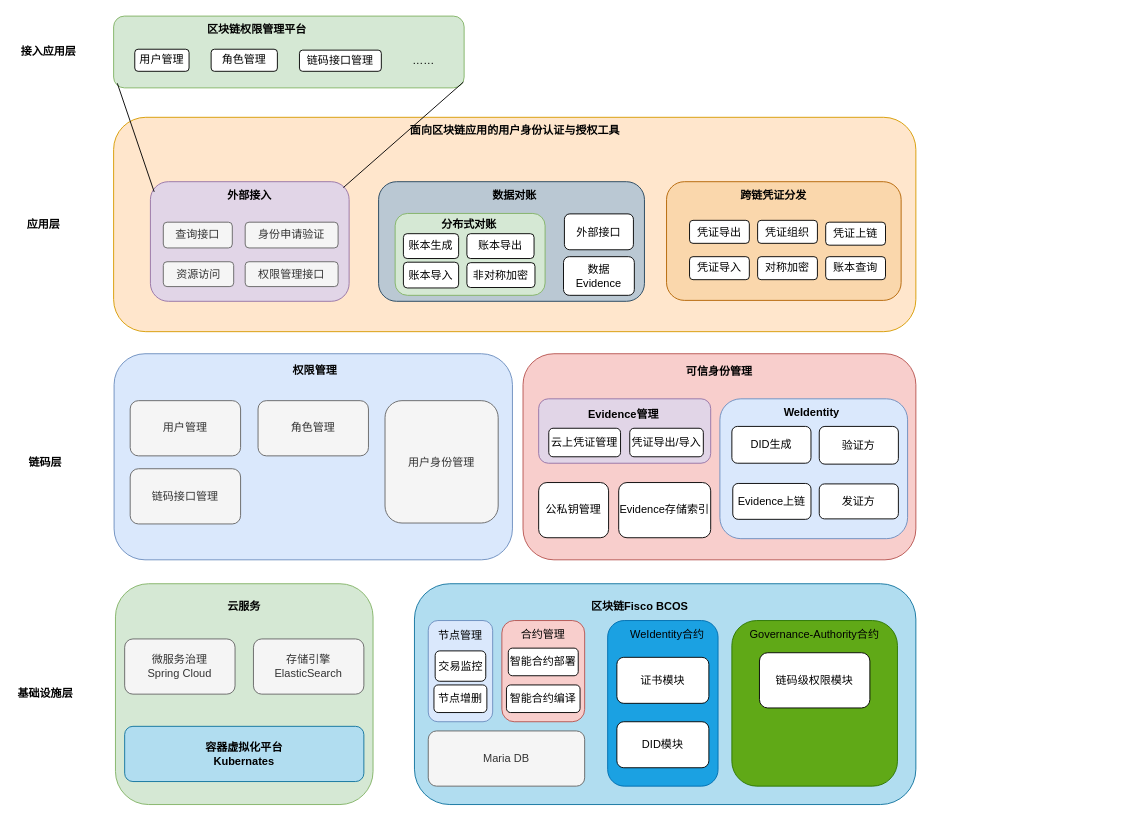
doubleBeans/doubleBeans keeps this draw.io diagram as Untitled Diagram.drawio. Above is the earlier version. Source tidied: cells renumbered, new cells numbered last; positions are measured from the earlier drawing's top-left corner, leaving out a move shared by most shapes. Both pictures are drawn from the tidied source at 92%, with x=0, y=0 at pixel (16, 16).
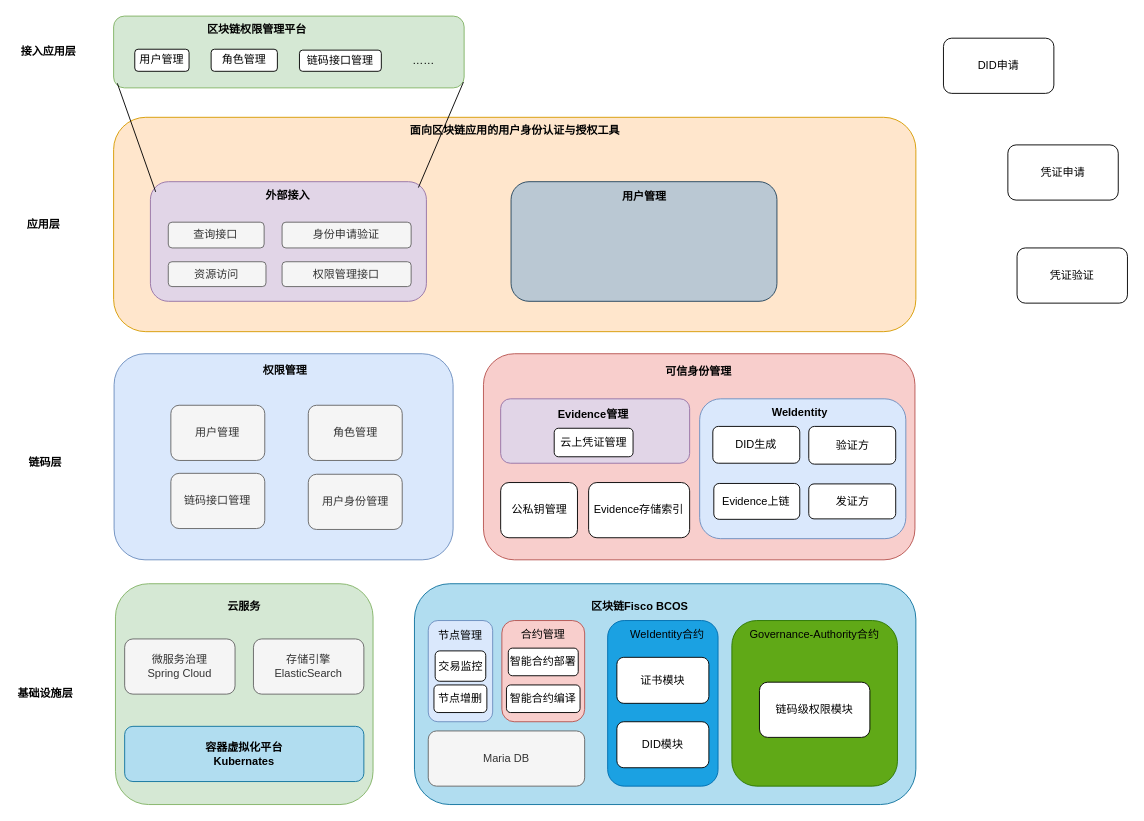
The same page after the edit.

Unchanged cells that the change refers to:
```xml
<mxCell id="8" style="group;" parent="1" vertex="1">
  <mxGeometry x="433" y="617" width="545" height="240" as="geometry" />
</mxCell>
<mxCell id="67" style="group;" parent="1" vertex="1">
  <mxGeometry x="106" y="110" width="872" height="233" as="geometry" />
</mxCell>
```

The edit, as a diff of the source:
```diff
@@
     <mxCell id="29" value="链码级权限模块" style="rounded=1;whiteSpace=wrap;html=1;" parent="8" vertex="1">
-      <mxGeometry x="375" y="75" width="120" height="60" as="geometry" />
+      <mxGeometry x="375" y="107" width="120" height="60" as="geometry" />
     </mxCell>
@@
     <mxCell id="31" style="group;" parent="1" vertex="1">
-      <mxGeometry x="551" y="367" width="427" height="224" as="geometry" />
+      <mxGeometry x="508" y="367" width="469" height="224" as="geometry" />
     </mxCell>
     <mxCell id="32" style="rounded=1;whiteSpace=wrap;html=1;fillColor=#f8cecc;strokeColor=#b85450;" parent="31" vertex="1">
-      <mxGeometry width="427" height="224" as="geometry" />
+      <mxGeometry width="469" height="224" as="geometry" />
     </mxCell>
     <mxCell id="33" value="&lt;b&gt;可信身份管理&lt;/b&gt;" style="text;html=1;strokeColor=none;fillColor=none;align=center;verticalAlign=middle;whiteSpace=wrap;rounded=0;" parent="31" vertex="1">
-      <mxGeometry x="176" y="5" width="75" height="30" as="geometry" />
+      <mxGeometry x="193.3" y="5" width="82.4" height="30" as="geometry" />
     </mxCell>
     <mxCell id="34" style="group;" parent="31" vertex="1">
-      <mxGeometry x="214" y="49" width="204" height="152" as="geometry" />
+      <mxGeometry x="235" y="49" width="224.1" height="152" as="geometry" />
     </mxCell>
     <mxCell id="35" style="rounded=1;whiteSpace=wrap;html=1;fillColor=#dae8fc;strokeColor=#6c8ebf;" parent="34" vertex="1">
-      <mxGeometry width="204" height="152" as="geometry" />
+      <mxGeometry width="224.1" height="152" as="geometry" />
     </mxCell>
     <mxCell id="36" value="&lt;b&gt;WeIdentity&lt;/b&gt;" style="text;html=1;strokeColor=none;fillColor=none;align=center;verticalAlign=middle;whiteSpace=wrap;rounded=0;" parent="34" vertex="1">
-      <mxGeometry x="69.5" width="60" height="30" as="geometry" />
+      <mxGeometry x="76.3" width="65.9" height="30" as="geometry" />
     </mxCell>
     <mxCell id="37" value="DID生成" style="rounded=1;whiteSpace=wrap;html=1;" parent="34" vertex="1">
-      <mxGeometry x="13" y="30" width="86" height="40" as="geometry" />
+      <mxGeometry x="14.3" y="30" width="94.5" height="40" as="geometry" />
     </mxCell>
     <mxCell id="38" value="验证方" style="rounded=1;whiteSpace=wrap;html=1;" parent="34" vertex="1">
-      <mxGeometry x="108" y="30" width="86" height="41" as="geometry" />
+      <mxGeometry x="118.6" y="30" width="94.5" height="41" as="geometry" />
     </mxCell>
     <mxCell id="39" value="发证方" style="rounded=1;whiteSpace=wrap;html=1;" parent="34" vertex="1">
-      <mxGeometry x="108" y="92.5" width="86" height="38" as="geometry" />
+      <mxGeometry x="118.6" y="92.5" width="94.5" height="38" as="geometry" />
     </mxCell>
     <mxCell id="40" value="Evidence上链" style="rounded=1;whiteSpace=wrap;html=1;" parent="34" vertex="1">
-      <mxGeometry x="14" y="92" width="85" height="39" as="geometry" />
+      <mxGeometry x="15.4" y="92" width="93.4" height="39" as="geometry" />
     </mxCell>
     <mxCell id="41" style="group;" parent="31" vertex="1">
-      <mxGeometry x="17" y="49" width="187" height="151" as="geometry" />
+      <mxGeometry x="18.7" y="49" width="205.4" height="151" as="geometry" />
     </mxCell>
     <mxCell id="42" value="Evidence存储索引" style="rounded=1;whiteSpace=wrap;html=1;" parent="41" vertex="1">
-      <mxGeometry x="87" y="91" width="100" height="60" as="geometry" />
+      <mxGeometry x="95.6" y="91" width="109.8" height="60" as="geometry" />
     </mxCell>
     <mxCell id="43" style="group;" parent="41" vertex="1">
-      <mxGeometry width="187" height="70" as="geometry" />
+      <mxGeometry width="205.4" height="70" as="geometry" />
     </mxCell>
     <mxCell id="44" style="rounded=1;whiteSpace=wrap;html=1;fillColor=#e1d5e7;strokeColor=#9673a6;" parent="43" vertex="1">
-      <mxGeometry width="187" height="70" as="geometry" />
+      <mxGeometry width="205.4" height="70" as="geometry" />
     </mxCell>
     <mxCell id="45" value="&lt;b&gt;Evidence管理&lt;/b&gt;" style="text;html=1;strokeColor=none;fillColor=none;align=center;verticalAlign=middle;whiteSpace=wrap;rounded=0;" parent="43" vertex="1">
-      <mxGeometry x="52.5" y="2" width="79" height="30" as="geometry" />
+      <mxGeometry x="57.7" y="2" width="86.8" height="30" as="geometry" />
     </mxCell>
     <mxCell id="46" value="云上凭证管理" style="rounded=1;whiteSpace=wrap;html=1;" parent="43" vertex="1">
-      <mxGeometry x="11" y="32" width="78" height="31" as="geometry" />
+      <mxGeometry x="58.2" y="32" width="85.7" height="31" as="geometry" />
     </mxCell>
-    <mxCell id="47" value="凭证导出/导入" style="rounded=1;whiteSpace=wrap;html=1;" parent="43" vertex="1">
-      <mxGeometry x="99" y="32" width="80" height="31" as="geometry" />
-    </mxCell>
     <mxCell id="48" value="公私钥管理" style="rounded=1;whiteSpace=wrap;html=1;" parent="41" vertex="1">
-      <mxGeometry y="91" width="76" height="60" as="geometry" />
+      <mxGeometry y="91" width="83.5" height="60" as="geometry" />
     </mxCell>
     <mxCell id="49" style="group;" parent="1" vertex="1">
-      <mxGeometry x="106.5" y="367" width="433" height="224" as="geometry" />
+      <mxGeometry x="106.5" y="367" width="368.5" height="224" as="geometry" />
     </mxCell>
     <mxCell id="50" style="rounded=1;whiteSpace=wrap;html=1;fillColor=#dae8fc;strokeColor=#6c8ebf;" parent="49" vertex="1">
-      <mxGeometry width="433" height="224" as="geometry" />
+      <mxGeometry width="368.5" height="224" as="geometry" />
     </mxCell>
     <mxCell id="51" value="&lt;b&gt;权限管理&lt;/b&gt;" style="text;html=1;strokeColor=none;fillColor=none;align=center;verticalAlign=middle;whiteSpace=wrap;rounded=0;" parent="49" vertex="1">
-      <mxGeometry x="188" y="4" width="60" height="30" as="geometry" />
+      <mxGeometry x="160" y="4" width="51.1" height="30" as="geometry" />
     </mxCell>
-    <mxCell id="52" value="用户身份管理" style="rounded=1;whiteSpace=wrap;html=1;fillColor=#f5f5f5;fontColor=#333333;strokeColor=#666666;" parent="49" vertex="1">
-      <mxGeometry x="294.5" y="51" width="123" height="133" as="geometry" />
-    </mxCell>
     <mxCell id="53" style="group;" parent="49" vertex="1">
-      <mxGeometry x="17.5" y="51" width="415.5" height="172" as="geometry" />
+      <mxGeometry x="61.7" y="56" width="353.6" height="172" as="geometry" />
     </mxCell>
     <mxCell id="54" value="用户管理" style="rounded=1;whiteSpace=wrap;html=1;fillColor=#f5f5f5;fontColor=#333333;strokeColor=#666666;" parent="53" vertex="1">
-      <mxGeometry width="120" height="60" as="geometry" />
+      <mxGeometry width="102.1" height="60" as="geometry" />
     </mxCell>
+    <mxCell id="56" value="链码接口管理" style="rounded=1;whiteSpace=wrap;html=1;fillColor=#f5f5f5;fontColor=#333333;strokeColor=#666666;" parent="53" vertex="1">
+      <mxGeometry y="74" width="102.1" height="60" as="geometry" />
+    </mxCell>
+    <mxCell id="52" value="用户身份管理" style="rounded=1;whiteSpace=wrap;html=1;fillColor=#f5f5f5;fontColor=#333333;strokeColor=#666666;" parent="49" vertex="1">
+      <mxGeometry x="211.1" y="131" width="102.1" height="60" as="geometry" />
+    </mxCell>
-    <mxCell id="55" value="角色管理" style="rounded=1;whiteSpace=wrap;html=1;fillColor=#f5f5f5;fontColor=#333333;strokeColor=#666666;" parent="53" vertex="1">
-      <mxGeometry x="139" width="120" height="60" as="geometry" />
+    <mxCell id="55" value="角色管理" style="rounded=1;whiteSpace=wrap;html=1;fillColor=#f5f5f5;fontColor=#333333;strokeColor=#666666;" parent="49" vertex="1">
+      <mxGeometry x="211.1" y="56" width="102.1" height="60" as="geometry" />
     </mxCell>
-    <mxCell id="56" value="链码接口管理" style="rounded=1;whiteSpace=wrap;html=1;fillColor=#f5f5f5;fontColor=#333333;strokeColor=#666666;" parent="53" vertex="1">
-      <mxGeometry y="74" width="120" height="60" as="geometry" />
-    </mxCell>
@@
     <mxCell id="70" style="group;" parent="67" vertex="1">
-      <mxGeometry x="40" y="70" width="216" height="130" as="geometry" />
+      <mxGeometry x="40" y="70" width="300" height="130" as="geometry" />
     </mxCell>
     <mxCell id="71" style="rounded=1;whiteSpace=wrap;html=1;fillColor=#e1d5e7;strokeColor=#9673a6;" parent="70" vertex="1">
-      <mxGeometry width="216" height="130" as="geometry" />
+      <mxGeometry width="300" height="130" as="geometry" />
     </mxCell>
     <mxCell id="72" value="&lt;b&gt;外部接入&lt;/b&gt;" style="text;html=1;strokeColor=none;fillColor=none;align=center;verticalAlign=middle;whiteSpace=wrap;rounded=0;" parent="70" vertex="1">
-      <mxGeometry x="78" width="60" height="30" as="geometry" />
+      <mxGeometry x="108.3" width="83.3" height="30" as="geometry" />
     </mxCell>
     <mxCell id="73" value="查询接口" style="rounded=1;whiteSpace=wrap;html=1;fillColor=#f5f5f5;fontColor=#333333;strokeColor=#666666;" parent="70" vertex="1">
-      <mxGeometry x="14" y="44" width="75" height="28" as="geometry" />
+      <mxGeometry x="19.4" y="44" width="104.2" height="28" as="geometry" />
     </mxCell>
     <mxCell id="74" value="身份申请验证" style="rounded=1;whiteSpace=wrap;html=1;fillColor=#f5f5f5;fontColor=#333333;strokeColor=#666666;" parent="70" vertex="1">
-      <mxGeometry x="103" y="44" width="101" height="28" as="geometry" />
+      <mxGeometry x="143.1" y="44" width="140.3" height="28" as="geometry" />
     </mxCell>
     <mxCell id="75" value="资源访问" style="rounded=1;whiteSpace=wrap;html=1;fillColor=#f5f5f5;fontColor=#333333;strokeColor=#666666;" parent="70" vertex="1">
-      <mxGeometry x="14" y="87" width="76.5" height="27" as="geometry" />
+      <mxGeometry x="19.4" y="87" width="106.2" height="27" as="geometry" />
     </mxCell>
     <mxCell id="76" value="权限管理接口" style="rounded=1;whiteSpace=wrap;html=1;fillColor=#f5f5f5;fontColor=#333333;strokeColor=#666666;" parent="70" vertex="1">
-      <mxGeometry x="103" y="87" width="101" height="27" as="geometry" />
+      <mxGeometry x="143.1" y="87" width="140.3" height="27" as="geometry" />
     </mxCell>
     <mxCell id="77" style="rounded=1;whiteSpace=wrap;html=1;fillColor=#bac8d3;strokeColor=#23445d;" parent="67" vertex="1">
-      <mxGeometry x="288" y="70" width="289" height="130" as="geometry" />
+      <mxGeometry x="432" y="70" width="289" height="130" as="geometry" />
     </mxCell>
-    <mxCell id="78" value="&lt;b&gt;数据对账&lt;/b&gt;" style="text;html=1;strokeColor=none;fillColor=none;align=center;verticalAlign=middle;whiteSpace=wrap;rounded=0;" parent="67" vertex="1">
-      <mxGeometry x="406" y="70" width="60" height="30" as="geometry" />
+    <mxCell id="78" value="&lt;b&gt;用户管理&lt;/b&gt;" style="text;html=1;strokeColor=none;fillColor=none;align=center;verticalAlign=middle;whiteSpace=wrap;rounded=0;" parent="67" vertex="1">
+      <mxGeometry x="539.5" y="71" width="74" height="30" as="geometry" />
     </mxCell>
-    <mxCell id="79" value="外部接口" style="rounded=1;whiteSpace=wrap;html=1;" parent="67" vertex="1">
-      <mxGeometry x="490" y="105" width="75" height="39" as="geometry" />
-    </mxCell>
-    <mxCell id="80" value="数据&lt;br&gt;Evidence" style="rounded=1;whiteSpace=wrap;html=1;" parent="67" vertex="1">
-      <mxGeometry x="489" y="151.5" width="77" height="42" as="geometry" />
-    </mxCell>
-    <mxCell id="81" style="group;" parent="67" vertex="1">
-      <mxGeometry x="306" y="101.5" width="163" height="92" as="geometry" />
-    </mxCell>
-    <mxCell id="82" style="rounded=1;whiteSpace=wrap;html=1;fillColor=#d5e8d4;strokeColor=#82b366;" parent="81" vertex="1">
-      <mxGeometry y="3" width="163" height="89" as="geometry" />
-    </mxCell>
-    <mxCell id="83" value="&lt;b&gt;分布式对账&lt;/b&gt;" style="text;html=1;strokeColor=none;fillColor=none;align=center;verticalAlign=middle;whiteSpace=wrap;rounded=0;" parent="81" vertex="1">
-      <mxGeometry x="41" width="79" height="30" as="geometry" />
-    </mxCell>
-    <mxCell id="84" style="group;" parent="81" vertex="1">
-      <mxGeometry x="9" y="25" width="143" height="59" as="geometry" />
-    </mxCell>
-    <mxCell id="85" value="账本生成" style="rounded=1;whiteSpace=wrap;html=1;" parent="84" vertex="1">
-      <mxGeometry width="60" height="27" as="geometry" />
-    </mxCell>
-    <mxCell id="86" value="账本导出" style="rounded=1;whiteSpace=wrap;html=1;" parent="84" vertex="1">
-      <mxGeometry x="69" width="73" height="27" as="geometry" />
-    </mxCell>
-    <mxCell id="87" value="账本导入" style="rounded=1;whiteSpace=wrap;html=1;" parent="84" vertex="1">
-      <mxGeometry y="31" width="60" height="28" as="geometry" />
-    </mxCell>
-    <mxCell id="88" value="非对称加密" style="rounded=1;whiteSpace=wrap;html=1;" parent="84" vertex="1">
-      <mxGeometry x="69" y="31.5" width="74" height="27" as="geometry" />
-    </mxCell>
-    <mxCell id="89" style="rounded=1;whiteSpace=wrap;html=1;fillColor=#fad7ac;strokeColor=#b46504;" parent="67" vertex="1">
-      <mxGeometry x="601" y="70" width="255" height="129" as="geometry" />
-    </mxCell>
-    <mxCell id="90" value="&lt;b&gt;跨链凭证分发&lt;/b&gt;" style="text;html=1;strokeColor=none;fillColor=none;align=center;verticalAlign=middle;whiteSpace=wrap;rounded=0;" parent="67" vertex="1">
-      <mxGeometry x="677" y="70" width="81" height="30" as="geometry" />
-    </mxCell>
-    <mxCell id="91" value="凭证导出" style="rounded=1;whiteSpace=wrap;html=1;" parent="67" vertex="1">
-      <mxGeometry x="626" y="112" width="65" height="25" as="geometry" />
-    </mxCell>
-    <mxCell id="92" value="凭证导入" style="rounded=1;whiteSpace=wrap;html=1;" parent="67" vertex="1">
-      <mxGeometry x="626" y="151.5" width="65" height="25" as="geometry" />
-    </mxCell>
-    <mxCell id="93" value="凭证组织" style="rounded=1;whiteSpace=wrap;html=1;" parent="67" vertex="1">
-      <mxGeometry x="700" y="112" width="65" height="25" as="geometry" />
-    </mxCell>
-    <mxCell id="94" value="对称加密" style="rounded=1;whiteSpace=wrap;html=1;" parent="67" vertex="1">
-      <mxGeometry x="700" y="151.5" width="65" height="25" as="geometry" />
-    </mxCell>
-    <mxCell id="95" value="凭证上链" style="rounded=1;whiteSpace=wrap;html=1;" parent="67" vertex="1">
-      <mxGeometry x="774" y="114" width="65" height="25" as="geometry" />
-    </mxCell>
-    <mxCell id="96" value="账本查询" style="rounded=1;whiteSpace=wrap;html=1;" parent="67" vertex="1">
-      <mxGeometry x="774" y="151.5" width="65" height="25" as="geometry" />
-    </mxCell>
@@
+    <mxCell id="99" value="DID申请" style="rounded=1;whiteSpace=wrap;html=1;" parent="1" vertex="1">
+      <mxGeometry x="1008" y="24" width="120" height="60" as="geometry" />
+    </mxCell>
+    <mxCell id="100" value="凭证申请" style="rounded=1;whiteSpace=wrap;html=1;" parent="1" vertex="1">
+      <mxGeometry x="1078" y="140" width="120" height="60" as="geometry" />
+    </mxCell>
+    <mxCell id="101" value="凭证验证" style="rounded=1;whiteSpace=wrap;html=1;" parent="1" vertex="1">
+      <mxGeometry x="1088" y="252" width="120" height="60" as="geometry" />
+    </mxCell>
```
